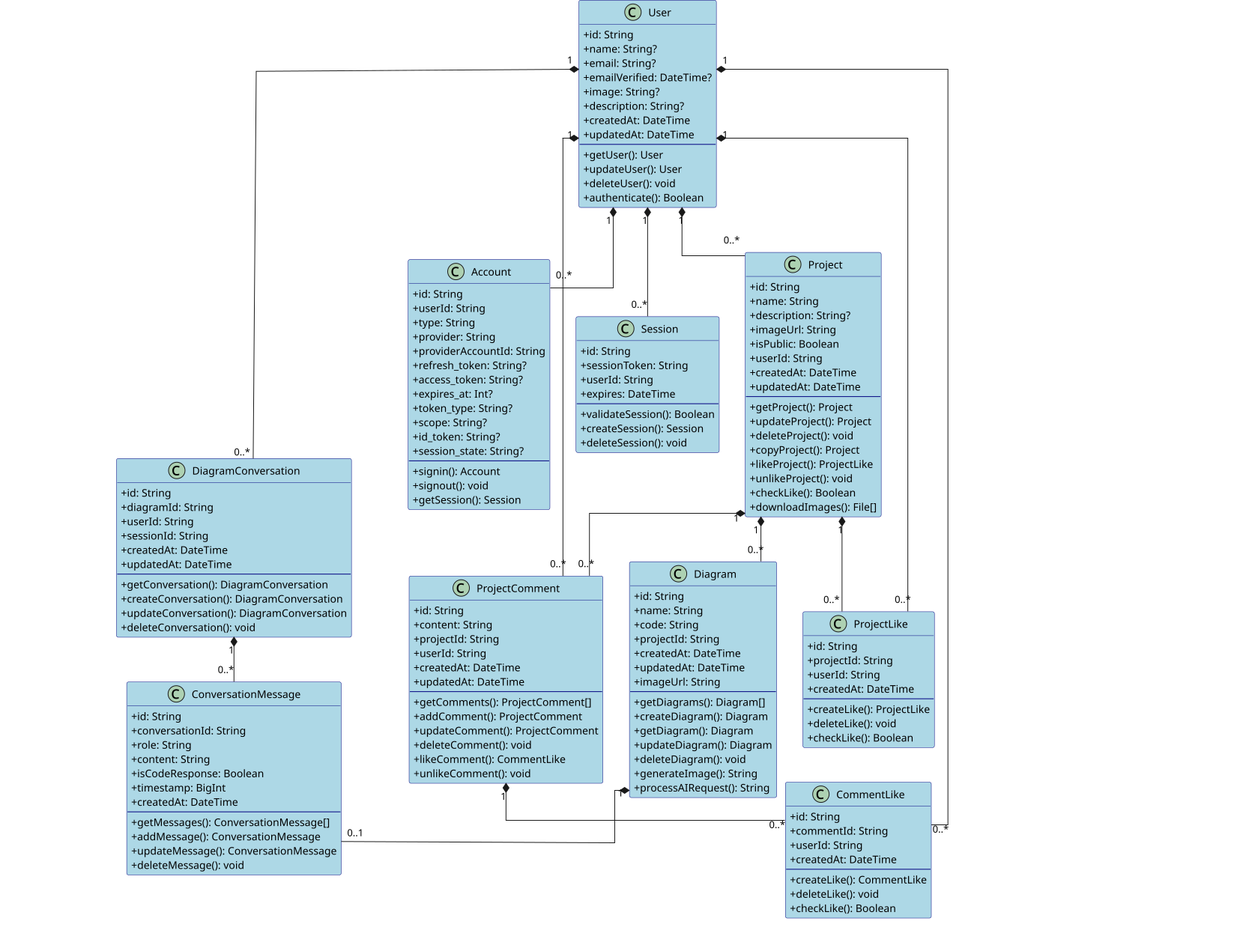
This is conception/SprintI/class_diagram2.png from souhaib-askri/report_pfe, a PlantUML export, as it was before one commit. Its source is kept beside it as conception/SprintI/class_diagram2.puml.
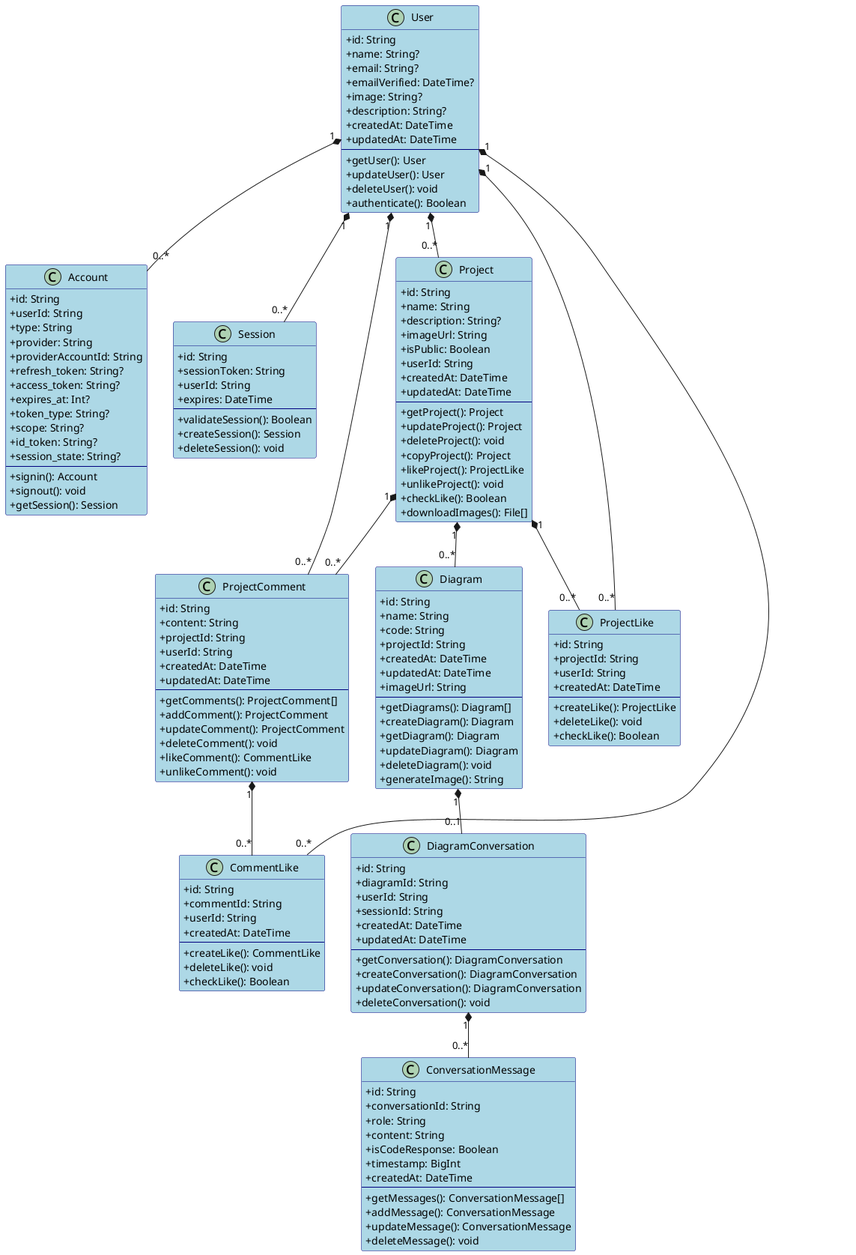
The same file after the commit.

Diff of the diagram source:
```diff
@@ -4,7 +4,6 @@
 skinparam classBorderColor Navy
 skinparam classFontColor Black
 skinparam classFontSize 14
-skinparam linetype ortho
 
 class DiagramConversation {
     + id: String
@@ -116,7 +115,6 @@
     + updateDiagram(): Diagram
     + deleteDiagram(): void
     + generateImage(): String
-    + processAIRequest(): String
 }
 
 class ProjectComment {
@@ -163,7 +161,6 @@
 User "1" *-- "0..*" ProjectComment
 User "1" *-- "0..*" ProjectLike
 User "1" *-- "0..*" CommentLike
-User "1" *-- "0..*" DiagramConversation
 
 Project "1" *-- "0..*" Diagram
 Project "1" *-- "0..*" ProjectComment
```
